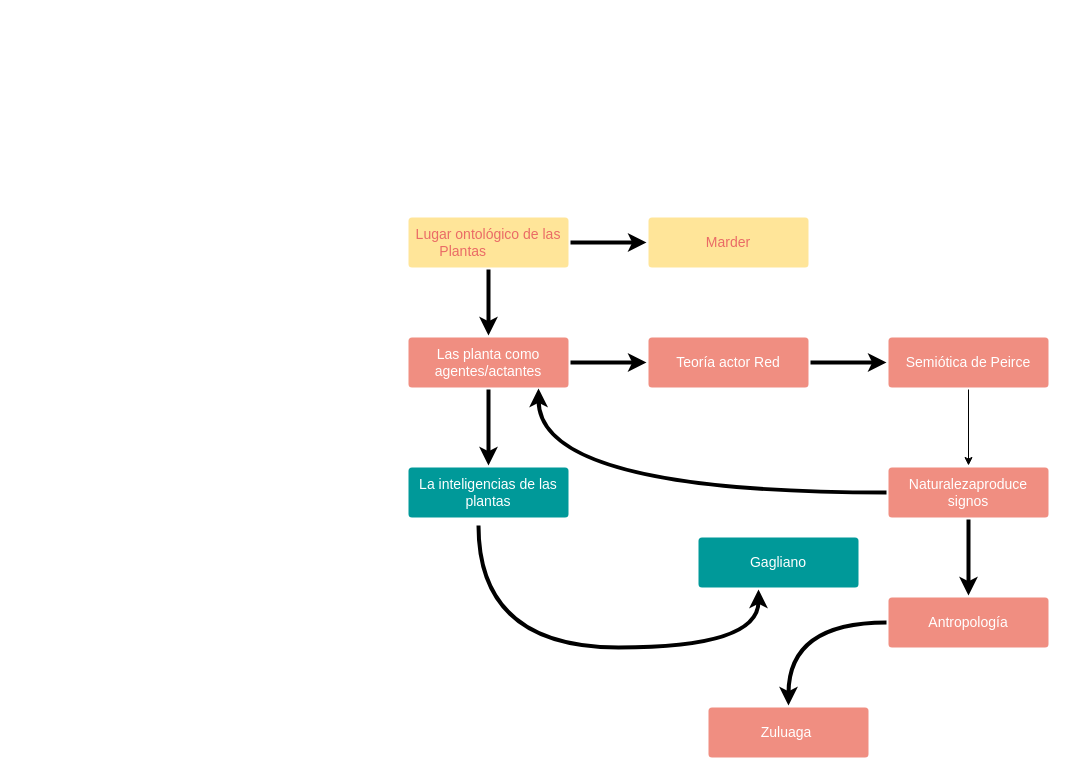
mjespinosam/botsque-doc keeps this draw.io diagram as page "Cap_I" (7 of 11) of Esquemas/esqu_cap_tesis.drawio. Above is the earlier version. Source tidied: cells renumbered, new cells numbered last; positions are measured from the earlier drawing's top-left corner, leaving out a move shared by most shapes. Both pictures are drawn from the tidied source at 100%, with x=0, y=0 at pixel (408, 217).
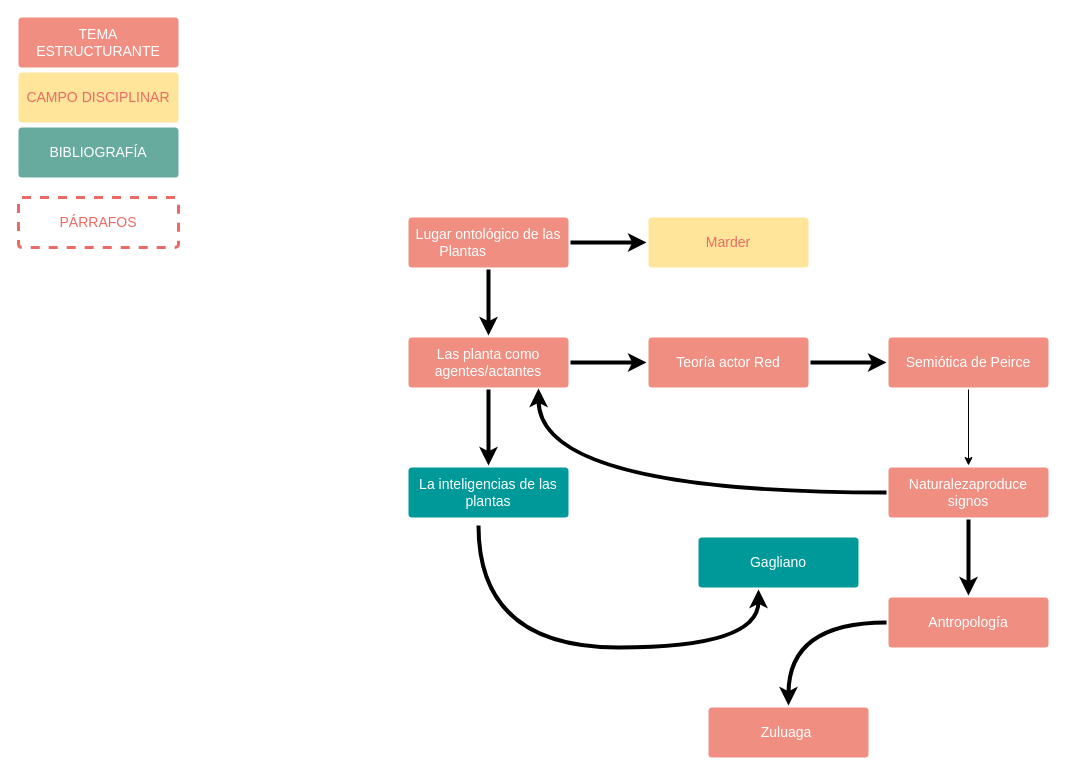
The same diagram, later.

The edit, as a diff of the source:
```diff
@@
-    <mxCell id="20" value="&lt;font color=&quot;#ea6b66&quot; style=&quot;font-size: 14px;&quot;&gt;Lugar ontológico de las&lt;br style=&quot;font-size: 14px;&quot;&gt;Plantas&amp;nbsp; &amp;nbsp; &amp;nbsp; &amp;nbsp; &amp;nbsp; &amp;nbsp; &amp;nbsp;&lt;/font&gt;" style="rounded=1;whiteSpace=wrap;html=1;shadow=0;labelBackgroundColor=none;strokeColor=none;strokeWidth=3;fillColor=#FFE599;fontFamily=Epilogue;fontSize=14;fontColor=#FFFFFF;align=center;spacing=5;fontStyle=0;arcSize=7;perimeterSpacing=2;" parent="1" vertex="1">
+    <mxCell id="20" value="&lt;font style=&quot;font-size: 14px&quot;&gt;Lugar ontológico de las&lt;br style=&quot;font-size: 14px&quot;&gt;Plantas&amp;nbsp; &amp;nbsp; &amp;nbsp; &amp;nbsp; &amp;nbsp; &amp;nbsp; &amp;nbsp;&lt;/font&gt;" style="rounded=1;whiteSpace=wrap;html=1;shadow=0;labelBackgroundColor=none;strokeColor=none;strokeWidth=3;fillColor=#F08E81;fontFamily=Epilogue;fontSize=14;fontColor=#FFFFFF;align=center;spacing=5;fontStyle=0;arcSize=7;perimeterSpacing=2;gradientColor=none;" parent="1" vertex="1">
       <mxGeometry width="160" height="50" as="geometry" />
     </mxCell>
@@
+    <mxCell id="22" value="TEMA ESTRUCTURANTE" style="rounded=1;whiteSpace=wrap;html=1;shadow=0;labelBackgroundColor=none;strokeColor=none;strokeWidth=3;fillColor=#F08E81;fontFamily=Helvetica;fontSize=14;fontColor=#FFFFFF;align=center;spacing=5;fontStyle=0;arcSize=7;perimeterSpacing=2;" parent="1" vertex="1">
+      <mxGeometry x="-390" y="-200" width="160" height="50" as="geometry" />
+    </mxCell>
+    <mxCell id="23" value="&lt;font color=&quot;#ea6b66&quot;&gt;CAMPO DISCIPLINAR&lt;/font&gt;" style="rounded=1;whiteSpace=wrap;html=1;shadow=0;labelBackgroundColor=none;strokeColor=none;strokeWidth=3;fillColor=#FFE599;fontFamily=Helvetica;fontSize=14;fontColor=#FFFFFF;align=center;spacing=5;fontStyle=0;arcSize=7;perimeterSpacing=2;" parent="1" vertex="1">
+      <mxGeometry x="-390" y="-145" width="160" height="50" as="geometry" />
+    </mxCell>
+    <mxCell id="24" value="BIBLIOGRAFÍA" style="rounded=1;whiteSpace=wrap;html=1;shadow=0;labelBackgroundColor=none;strokeColor=none;strokeWidth=3;fillColor=#67AB9F;fontFamily=Helvetica;fontSize=14;fontColor=#FFFFFF;align=center;spacing=5;fontStyle=0;arcSize=7;perimeterSpacing=2;" parent="1" vertex="1">
+      <mxGeometry x="-390" y="-90" width="160" height="50" as="geometry" />
+    </mxCell>
+    <mxCell id="25" value="&lt;font color=&quot;#ea6b66&quot;&gt;PÁRRAFOS&lt;/font&gt;" style="rounded=1;whiteSpace=wrap;html=1;shadow=0;labelBackgroundColor=none;strokeColor=#EA6B66;strokeWidth=3;fillColor=none;fontFamily=Helvetica;fontSize=14;fontColor=#FFFFFF;align=center;spacing=5;fontStyle=0;arcSize=7;perimeterSpacing=2;dashed=1;" parent="1" vertex="1">
+      <mxGeometry x="-390" y="-20" width="160" height="50" as="geometry" />
+    </mxCell>
```
